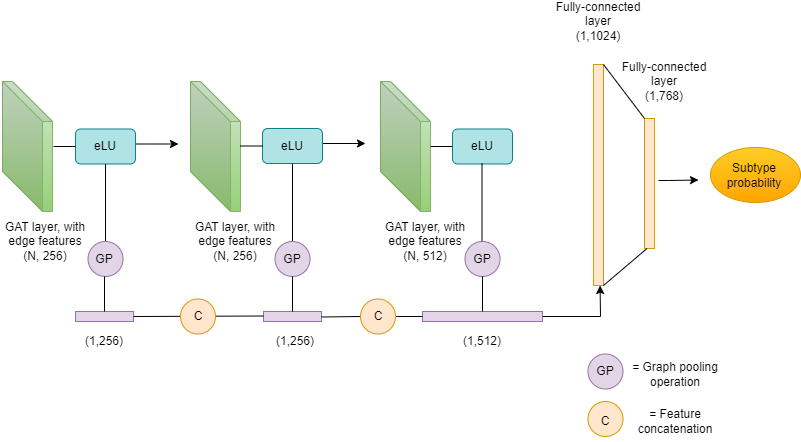
Before: Untitled Diagram.drawio.png, a diagram exported from draw.io (lucyOCg/trial-repository). Source tidied: cells renumbered, new cells last; positions are measured from the earlier drawing's top-left corner, leaving out a move shared by most shapes.
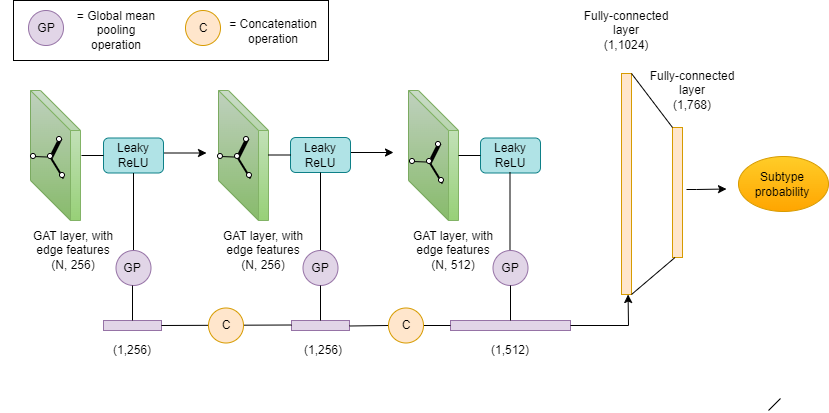
After the commit.

Diff of the diagram source:
```diff
@@ -2,6 +2,9 @@
   <root>
     <mxCell id="0" />
     <mxCell id="1" parent="0" />
+    <mxCell id="60" style="rounded=0;whiteSpace=wrap;html=1;" parent="1" vertex="1">
+      <mxGeometry x="-15" y="-10" width="315" height="60" as="geometry" />
+    </mxCell>
     <mxCell id="2" style="shape=cube;whiteSpace=wrap;html=1;boundedLbl=1;backgroundOutline=1;darkOpacity=0.05;darkOpacity2=0.1;size=40;fillColor=#d5e8d4;strokeColor=#82b366;gradientColor=#97d077;" parent="1" vertex="1">
       <mxGeometry x="190" y="80" width="50" height="130" as="geometry" />
     </mxCell>
@@ -26,7 +29,7 @@
     <mxCell id="8" value="GAT layer, with edge features&lt;br&gt;(N, 512)" style="text;strokeColor=none;align=center;fillColor=none;html=1;verticalAlign=middle;whiteSpace=wrap;rounded=0;" parent="1" vertex="1">
       <mxGeometry x="380" y="220" width="90" height="40" as="geometry" />
     </mxCell>
-    <mxCell id="9" value="eLU" style="rounded=1;whiteSpace=wrap;html=1;fillColor=#b0e3e6;strokeColor=#0e8088;" parent="1" vertex="1">
+    <mxCell id="9" value="Leaky ReLU" style="rounded=1;whiteSpace=wrap;html=1;fillColor=#b0e3e6;strokeColor=#0e8088;" parent="1" vertex="1">
       <mxGeometry x="75" y="127.5" width="60" height="35" as="geometry" />
     </mxCell>
     <mxCell id="10" style="endArrow=none;html=1;rounded=0;entryX=0;entryY=0.5;entryDx=0;entryDy=0;" parent="1" edge="1" target="9">
@@ -40,7 +43,7 @@
         <mxPoint x="365" y="142" as="targetPoint" />
       </mxGeometry>
     </mxCell>
-    <mxCell id="12" value="eLU" style="rounded=1;whiteSpace=wrap;html=1;fillColor=#b0e3e6;strokeColor=#0e8088;" parent="1" vertex="1">
+    <mxCell id="12" value="Leaky ReLU" style="rounded=1;whiteSpace=wrap;html=1;fillColor=#b0e3e6;strokeColor=#0e8088;" parent="1" vertex="1">
       <mxGeometry x="262" y="127" width="60" height="35" as="geometry" />
     </mxCell>
     <mxCell id="13" style="endArrow=none;html=1;rounded=0;entryX=0;entryY=0.5;entryDx=0;entryDy=0;" parent="1" edge="1" target="12">
@@ -48,7 +51,7 @@
         <mxPoint x="240" y="144.5" as="sourcePoint" />
       </mxGeometry>
     </mxCell>
-    <mxCell id="14" value="eLU" style="rounded=1;whiteSpace=wrap;html=1;fillColor=#b0e3e6;strokeColor=#0e8088;" parent="1" vertex="1">
+    <mxCell id="14" value="Leaky ReLU" style="rounded=1;whiteSpace=wrap;html=1;fillColor=#b0e3e6;strokeColor=#0e8088;" parent="1" vertex="1">
       <mxGeometry x="452" y="127.5" width="60" height="35" as="geometry" />
     </mxCell>
     <mxCell id="15" style="endArrow=none;html=1;rounded=0;entryX=0;entryY=0.5;entryDx=0;entryDy=0;" parent="1" edge="1" target="14">
@@ -198,22 +201,121 @@
       </mxGeometry>
     </mxCell>
     <mxCell id="54" style="verticalLabelPosition=bottom;verticalAlign=top;html=1;shape=mxgraph.flowchart.on-page_reference;fillColor=#e1d5e7;strokeColor=#9673a6;" parent="1" vertex="1">
-      <mxGeometry x="587.5" y="352.5" width="35" height="35" as="geometry" />
+      <mxGeometry width="35" height="35" as="geometry" />
     </mxCell>
     <mxCell id="55" value="GP" style="text;align=center;html=1;verticalAlign=middle;whiteSpace=wrap;rounded=0;" parent="1" vertex="1">
-      <mxGeometry x="560" y="350" width="90" height="40" as="geometry" />
+      <mxGeometry x="-27.5" y="-2.5" width="90" height="40" as="geometry" />
     </mxCell>
     <mxCell id="56" style="verticalLabelPosition=bottom;verticalAlign=top;html=1;shape=mxgraph.flowchart.on-page_reference;fillColor=#ffe6cc;strokeColor=#d79b00;" parent="1" vertex="1">
-      <mxGeometry x="587.5" y="400" width="35" height="35" as="geometry" />
+      <mxGeometry x="157" width="35" height="35" as="geometry" />
     </mxCell>
     <mxCell id="57" value="C" style="text;strokeColor=none;align=center;fillColor=none;html=1;verticalAlign=middle;whiteSpace=wrap;rounded=0;" parent="1" vertex="1">
-      <mxGeometry x="560" y="400" width="90" height="40" as="geometry" />
+      <mxGeometry x="129.5" y="-2" width="90" height="40" as="geometry" />
     </mxCell>
-    <mxCell id="58" value="= Graph pooling operation" style="text;strokeColor=none;align=center;fillColor=none;html=1;verticalAlign=middle;whiteSpace=wrap;rounded=0;" parent="1" vertex="1">
-      <mxGeometry x="630" y="352.5" width="90" height="40" as="geometry" />
+    <mxCell id="58" value="= Global mean pooling operation" style="text;strokeColor=none;align=center;fillColor=none;html=1;verticalAlign=middle;whiteSpace=wrap;rounded=0;" parent="1" vertex="1">
+      <mxGeometry x="42.5" width="90" height="40" as="geometry" />
     </mxCell>
-    <mxCell id="59" value="= Feature concatenation" style="text;strokeColor=none;align=center;fillColor=none;html=1;verticalAlign=middle;whiteSpace=wrap;rounded=0;" parent="1" vertex="1">
-      <mxGeometry x="630" y="400" width="90" height="40" as="geometry" />
+    <mxCell id="59" value="= Concatenation operation" style="text;strokeColor=none;align=center;fillColor=none;html=1;verticalAlign=middle;whiteSpace=wrap;rounded=0;" parent="1" vertex="1">
+      <mxGeometry x="199.5" y="1" width="90" height="40" as="geometry" />
     </mxCell>
+    <mxCell id="61" style="endArrow=none;html=1;rounded=0;" parent="1" edge="1">
+      <mxGeometry relative="1" as="geometry">
+        <mxPoint x="740" y="400" as="sourcePoint" />
+        <mxPoint x="752" y="388" as="targetPoint" />
+      </mxGeometry>
+    </mxCell>
+    <mxCell id="62" style="group;rotation=-30;" parent="1" vertex="1">
+      <mxGeometry x="386" y="136" width="40" height="38.5" as="geometry" />
+    </mxCell>
+    <mxCell id="63" style="endArrow=none;html=1;rounded=0;entryX=0.5;entryY=0;entryDx=0;entryDy=0;strokeWidth=2;" parent="62" edge="1" target="66">
+      <mxGeometry relative="1" as="geometry">
+        <mxPoint x="28" y="37" as="sourcePoint" />
+      </mxGeometry>
+    </mxCell>
+    <mxCell id="64" style="endArrow=none;html=1;rounded=0;exitX=1;exitY=0.5;exitDx=0;exitDy=0;" parent="62" edge="1" source="66">
+      <mxGeometry relative="1" as="geometry">
+        <mxPoint x="-2" y="15" as="targetPoint" />
+      </mxGeometry>
+    </mxCell>
+    <mxCell id="65" style="endArrow=none;html=1;rounded=0;strokeWidth=4;" parent="62" edge="1">
+      <mxGeometry relative="1" as="geometry">
+        <mxPoint x="15" y="17" as="sourcePoint" />
+        <mxPoint x="25" y="-3" as="targetPoint" />
+      </mxGeometry>
+    </mxCell>
+    <mxCell id="66" style="ellipse;whiteSpace=wrap;html=1;direction=west;rotation=-25;" parent="62" vertex="1">
+      <mxGeometry x="12" y="12" width="5" height="5" as="geometry" />
+    </mxCell>
+    <mxCell id="67" style="ellipse;whiteSpace=wrap;html=1;rotation=-30;" parent="62" vertex="1">
+      <mxGeometry x="24" y="31" width="5" height="5" as="geometry" />
+    </mxCell>
+    <mxCell id="68" style="ellipse;whiteSpace=wrap;html=1;rotation=-30;" parent="62" vertex="1">
+      <mxGeometry x="-5" y="12" width="5" height="5" as="geometry" />
+    </mxCell>
+    <mxCell id="69" style="ellipse;whiteSpace=wrap;html=1;rotation=-30;" parent="62" vertex="1">
+      <mxGeometry x="21" y="-5" width="5" height="5" as="geometry" />
+    </mxCell>
+    <mxCell id="70" style="group;rotation=-30;" parent="1" vertex="1">
+      <mxGeometry x="194" y="131" width="40" height="38.5" as="geometry" />
+    </mxCell>
+    <mxCell id="71" style="endArrow=none;html=1;rounded=0;entryX=0.5;entryY=0;entryDx=0;entryDy=0;strokeWidth=2;" parent="70" edge="1" target="74">
+      <mxGeometry relative="1" as="geometry">
+        <mxPoint x="28" y="37" as="sourcePoint" />
+      </mxGeometry>
+    </mxCell>
+    <mxCell id="72" style="endArrow=none;html=1;rounded=0;exitX=1;exitY=0.5;exitDx=0;exitDy=0;" parent="70" edge="1" source="74">
+      <mxGeometry relative="1" as="geometry">
+        <mxPoint x="-2" y="15" as="targetPoint" />
+      </mxGeometry>
+    </mxCell>
+    <mxCell id="73" style="endArrow=none;html=1;rounded=0;strokeWidth=4;" parent="70" edge="1">
+      <mxGeometry relative="1" as="geometry">
+        <mxPoint x="15" y="17" as="sourcePoint" />
+        <mxPoint x="25" y="-3" as="targetPoint" />
+      </mxGeometry>
+    </mxCell>
+    <mxCell id="74" style="ellipse;whiteSpace=wrap;html=1;direction=west;rotation=-25;" parent="70" vertex="1">
+      <mxGeometry x="12" y="12" width="5" height="5" as="geometry" />
+    </mxCell>
+    <mxCell id="75" style="ellipse;whiteSpace=wrap;html=1;rotation=-30;" parent="70" vertex="1">
+      <mxGeometry x="24" y="31" width="5" height="5" as="geometry" />
+    </mxCell>
+    <mxCell id="76" style="ellipse;whiteSpace=wrap;html=1;rotation=-30;" parent="70" vertex="1">
+      <mxGeometry x="-5" y="12" width="5" height="5" as="geometry" />
+    </mxCell>
+    <mxCell id="77" style="ellipse;whiteSpace=wrap;html=1;rotation=-30;" parent="70" vertex="1">
+      <mxGeometry x="21" y="-5" width="5" height="5" as="geometry" />
+    </mxCell>
+    <mxCell id="78" style="group;rotation=-30;" parent="1" vertex="1">
+      <mxGeometry x="7" y="131" width="40" height="38.5" as="geometry" />
+    </mxCell>
+    <mxCell id="79" style="endArrow=none;html=1;rounded=0;entryX=0.5;entryY=0;entryDx=0;entryDy=0;strokeWidth=2;" parent="78" edge="1" target="82">
+      <mxGeometry relative="1" as="geometry">
+        <mxPoint x="28" y="37" as="sourcePoint" />
+      </mxGeometry>
+    </mxCell>
+    <mxCell id="80" style="endArrow=none;html=1;rounded=0;exitX=1;exitY=0.5;exitDx=0;exitDy=0;" parent="78" edge="1" source="82">
+      <mxGeometry relative="1" as="geometry">
+        <mxPoint x="-2" y="15" as="targetPoint" />
+      </mxGeometry>
+    </mxCell>
+    <mxCell id="81" style="endArrow=none;html=1;rounded=0;strokeWidth=4;" parent="78" edge="1">
+      <mxGeometry relative="1" as="geometry">
+        <mxPoint x="15" y="17" as="sourcePoint" />
+        <mxPoint x="25" y="-3" as="targetPoint" />
+      </mxGeometry>
+    </mxCell>
+    <mxCell id="82" style="ellipse;whiteSpace=wrap;html=1;direction=west;rotation=-25;" parent="78" vertex="1">
+      <mxGeometry x="12" y="12" width="5" height="5" as="geometry" />
+    </mxCell>
+    <mxCell id="83" style="ellipse;whiteSpace=wrap;html=1;rotation=-30;" parent="78" vertex="1">
+      <mxGeometry x="24" y="31" width="5" height="5" as="geometry" />
+    </mxCell>
+    <mxCell id="84" style="ellipse;whiteSpace=wrap;html=1;rotation=-30;" parent="78" vertex="1">
+      <mxGeometry x="-5" y="12" width="5" height="5" as="geometry" />
+    </mxCell>
+    <mxCell id="85" style="ellipse;whiteSpace=wrap;html=1;rotation=-30;" parent="78" vertex="1">
+      <mxGeometry x="21" y="-5" width="5" height="5" as="geometry" />
+    </mxCell>
   </root>
 </mxGraphModel>
```
